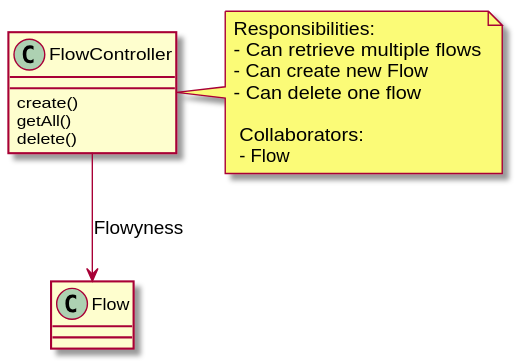
The PlantUML diagram docs/doxygen_docs/doxygen/inline_umlgraph_1.svg in Nefarious46/cfe_18, before a commit.
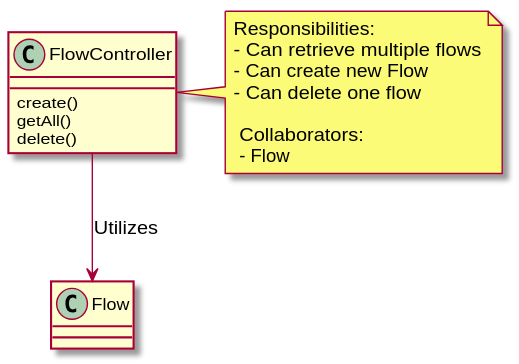
The same diagram one commit later.

What changed in the source:
```diff
@@ -5,7 +5,7 @@
     delete()
 }
 
-FlowController --> Flow : Flowyness
+FlowController --> Flow : Utilizes
 
 note right of FlowController
 Responsibilities:
```
